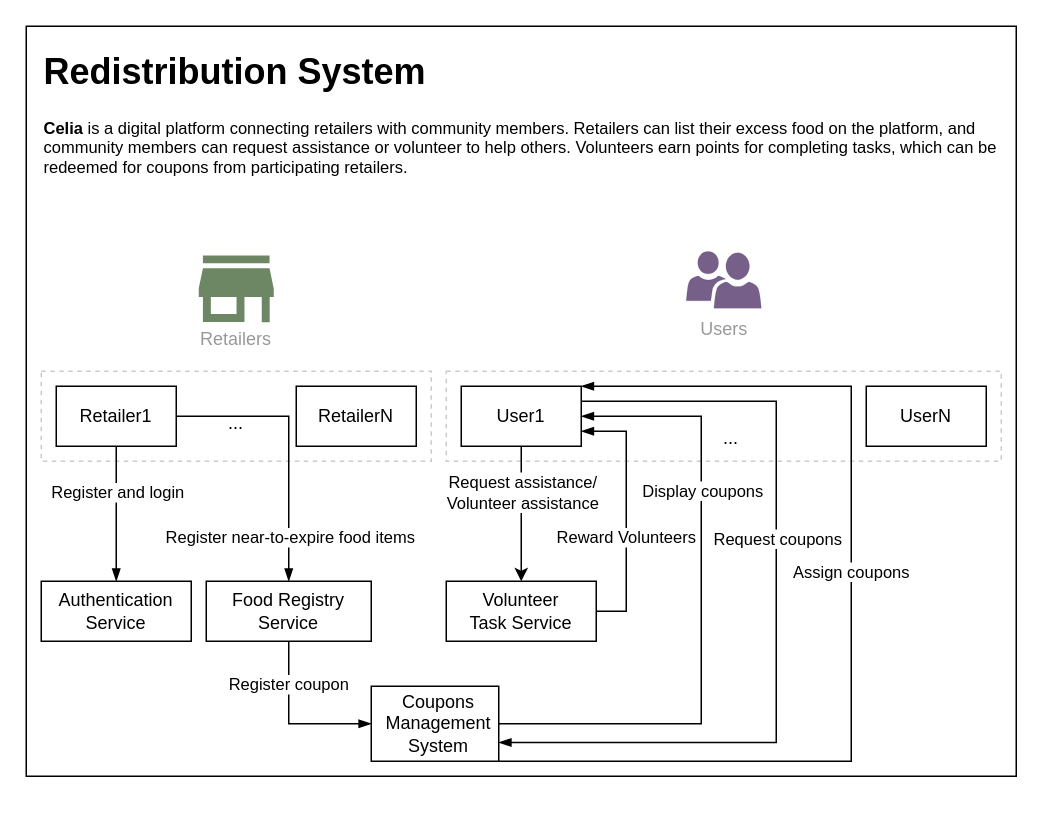
This is page "Page-2" (2 of 2) of Untitled Diagram.drawio from HarshvardhanThosar/msc-project-resources, a draw.io file, before an edit. Source tidied: cells renumbered, new cells numbered last; positions are measured from the earlier drawing's top-left corner, leaving out a move shared by most shapes. Both pictures are drawn from the tidied source at 150%, with x=0, y=0 at pixel (26, 26).
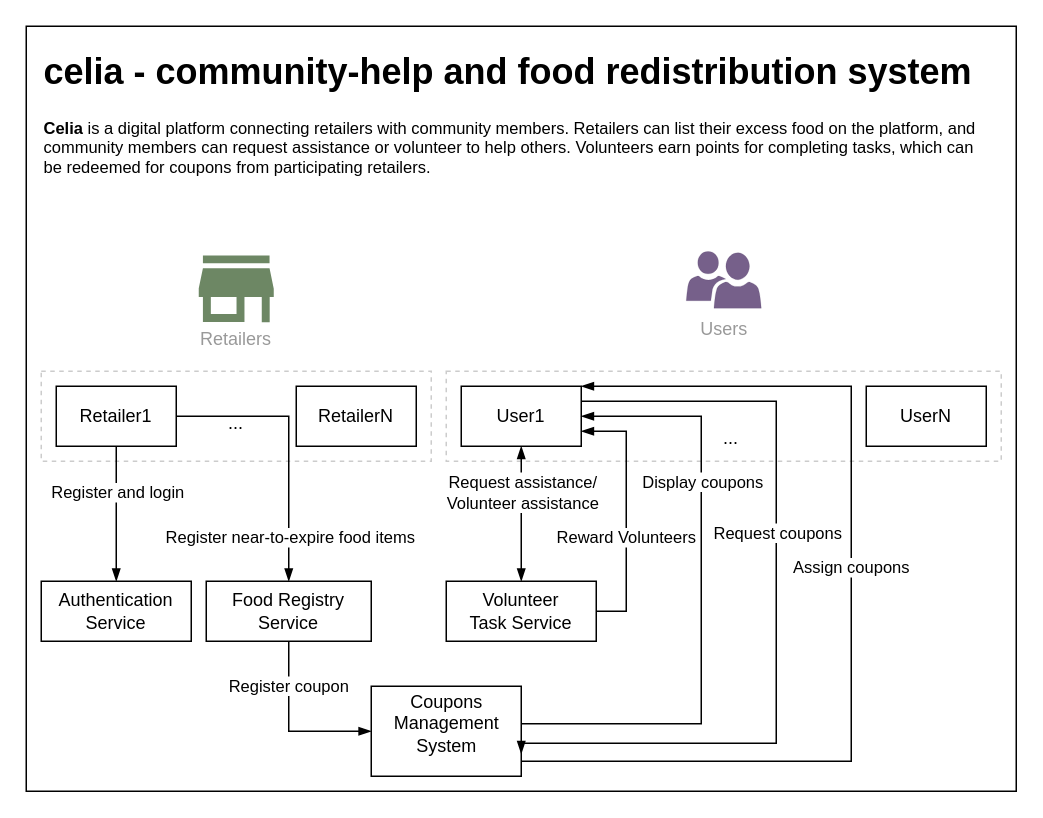
The same page after the edit.

Commit message:
System Design

The change refers to these unchanged cells:
```xml
<mxCell id="30" style="rounded=0;whiteSpace=wrap;html=1;" parent="1" vertex="1">
  <mxGeometry x="290" y="240" width="80" height="40" as="geometry" />
</mxCell>
<mxCell id="36" style="rounded=0;whiteSpace=wrap;html=1;" parent="1" vertex="1">
  <mxGeometry x="280" y="370" width="100" height="40" as="geometry" />
</mxCell>
```

Change to the diagram source:
```diff
@@
     <mxCell id="2" style="rounded=0;whiteSpace=wrap;html=1;" parent="1" vertex="1">
-      <mxGeometry width="660" height="500" as="geometry" />
+      <mxGeometry width="660" height="510" as="geometry" />
     </mxCell>
-    <mxCell id="3" value="&lt;h1 style=&quot;margin-top: 0px;&quot;&gt;Redistribution System&lt;/h1&gt;&lt;h2 style=&quot;font-size: 11px;&quot;&gt;Celia&lt;span style=&quot;font-weight: normal;&quot;&gt;&amp;nbsp;is a digital platform connecting retailers with community members. Retailers can list their excess food on the platform, and community members can request assistance or volunteer to help others. Volunteers earn points for completing tasks, which can be redeemed for coupons from participating retailers.&lt;/span&gt;&lt;/h2&gt;" style="text;html=1;whiteSpace=wrap;overflow=hidden;rounded=0;" parent="1" vertex="1">
-      <mxGeometry x="10" y="10" width="640" height="130" as="geometry" />
+    <mxCell id="3" value="&lt;h1 style=&quot;margin-top: 0px;&quot;&gt;celia - community-help and food redistribution system&lt;/h1&gt;&lt;h2 style=&quot;font-size: 11px;&quot;&gt;Celia&lt;span style=&quot;font-weight: normal;&quot;&gt;&amp;nbsp;is a digital platform connecting retailers with community members. Retailers can list their excess food on the platform, and community members can request assistance or volunteer to help others. Volunteers earn points for completing tasks, which can be redeemed for coupons from participating retailers.&lt;/span&gt;&lt;/h2&gt;" style="text;html=1;whiteSpace=wrap;overflow=hidden;rounded=0;" parent="1" vertex="1">
+      <mxGeometry x="10" y="10" width="630" height="130" as="geometry" />
     </mxCell>
@@
-    <mxCell id="26" style="edgeStyle=orthogonalEdgeStyle;rounded=0;jettySize=auto;html=1;exitX=0.5;exitY=1;exitDx=0;exitDy=0;entryX=0.5;entryY=0;entryDx=0;entryDy=0;" parent="1" edge="1" source="30" target="36">
+    <mxCell id="26" style="edgeStyle=orthogonalEdgeStyle;rounded=0;jettySize=auto;html=1;exitX=0.5;exitY=1;exitDx=0;exitDy=0;entryX=0.5;entryY=0;entryDx=0;entryDy=0;startArrow=blockThin;startFill=1;endArrow=blockThin;endFill=1;" parent="1" edge="1" source="30" target="36">
       <mxGeometry relative="1" as="geometry" />
     </mxCell>
@@
     <mxCell id="40" style="rounded=0;whiteSpace=wrap;html=1;" parent="1" vertex="1">
-      <mxGeometry x="230" y="440" width="85" height="50" as="geometry" />
+      <mxGeometry x="230" y="440" width="100" height="60" as="geometry" />
     </mxCell>
     <mxCell id="41" value="Coupons Management System" style="text;html=1;align=center;verticalAlign=middle;whiteSpace=wrap;rounded=0;" parent="1" vertex="1">
-      <mxGeometry x="245" y="450" width="60" height="30" as="geometry" />
+      <mxGeometry x="242.5" y="450" width="75" height="30" as="geometry" />
     </mxCell>
```
